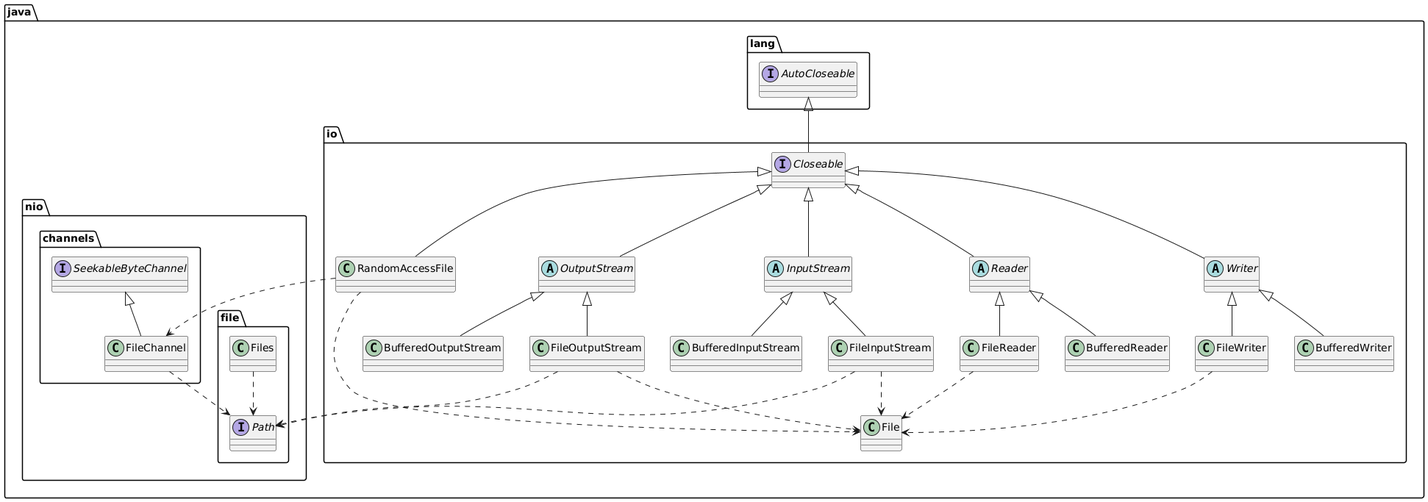
Before: lectures/examples/12-file/doc/file.png, a diagram exported from PlantUML (caioamorim7/poo).
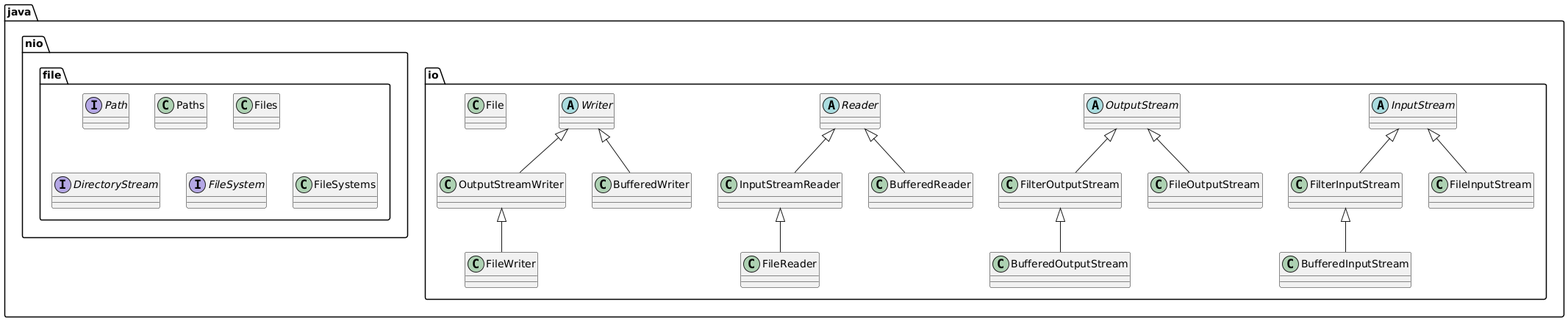
After the commit.

Diff of the diagram source:
```diff
@@ -1,65 +1,36 @@
 @startuml
 skinparam classAttributeIconSize 0
 
-package "java.lang" {
-    interface AutoCloseable
-}
 
 package "java.io" {
-    interface Closeable
 
     abstract class InputStream
     abstract class OutputStream
     abstract class Reader
     abstract class Writer
 
+    class FilterInputStream extends InputStream
+    class FilterOutputStream extends OutputStream
+    class InputStreamReader extends Reader
+    class OutputStreamWriter extends Writer
     class File
-    class FileInputStream
-    class FileOutputStream
-    class FileReader
-    class FileWriter
-    class BufferedInputStream
-    class BufferedOutputStream
-    class BufferedReader
-    class BufferedWriter
-    class RandomAccessFile
+    class FileInputStream extends InputStream
+    class FileOutputStream extends OutputStream
+    class FileReader extends InputStreamReader
+    class FileWriter extends OutputStreamWriter
+    class BufferedInputStream extends FilterInputStream
+    class BufferedOutputStream extends FilterOutputStream
+    class BufferedReader extends Reader
+    class BufferedWriter extends Writer
 }
 
 package "java.nio.file" {
     interface Path
+    class Paths
     class Files
+    interface DirectoryStream
+    interface FileSystem
+    class FileSystems
 }
 
-package "java.nio.channels" {
-    interface SeekableByteChannel
-    class FileChannel
-}
-
-AutoCloseable <|-- Closeable
-Closeable <|-- InputStream
-Closeable <|-- OutputStream
-Closeable <|-- Reader
-Closeable <|-- Writer
-Closeable <|-- RandomAccessFile
-
-InputStream <|-- FileInputStream
-InputStream <|-- BufferedInputStream
-OutputStream <|-- FileOutputStream
-OutputStream <|-- BufferedOutputStream
-Reader <|-- FileReader
-Reader <|-- BufferedReader
-Writer <|-- FileWriter
-Writer <|-- BufferedWriter
-SeekableByteChannel <|-- FileChannel
-
-FileInputStream ..> File
-FileOutputStream ..> File
-FileReader ..> File
-FileWriter ..> File
-RandomAccessFile ..> File
-RandomAccessFile ..> FileChannel
-Files ..> Path
-FileInputStream ..> Path
-FileOutputStream ..> Path
-FileChannel ..> Path
 @enduml
```
